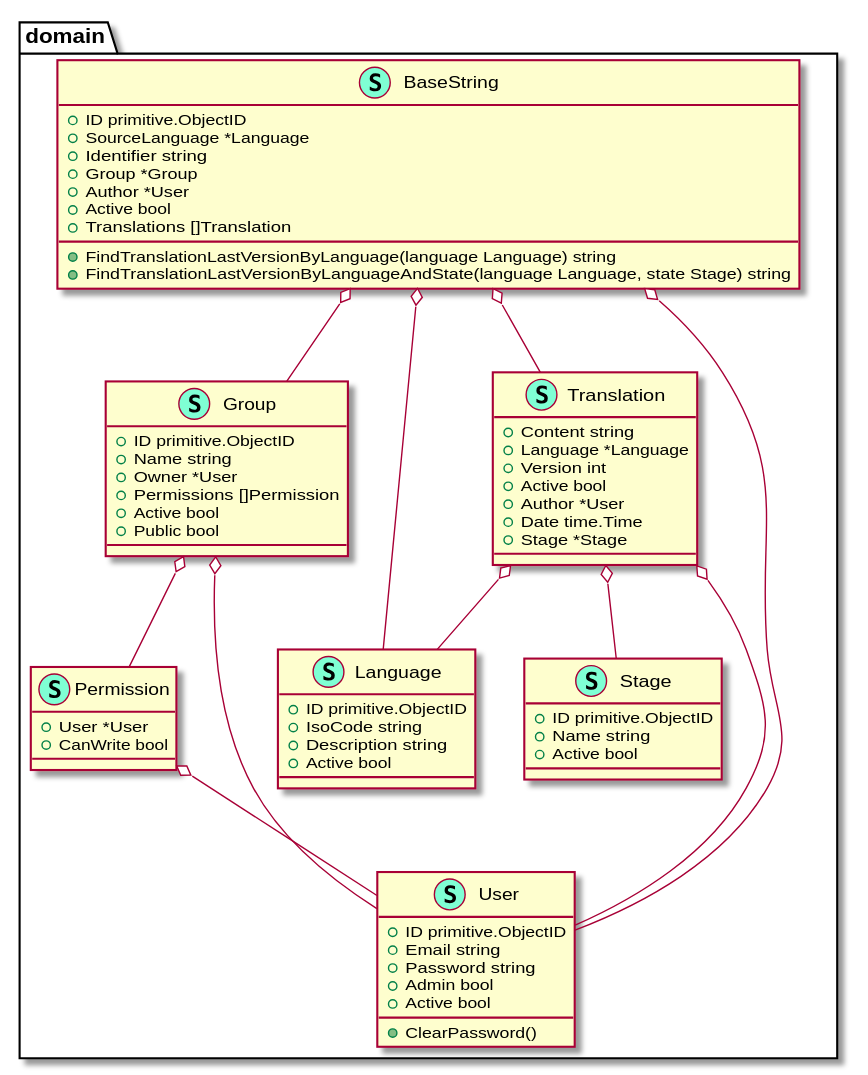
Before: backend/assets/dist/UmlDiagram.svg, a diagram exported from PlantUML (cafeteru/LocalizeMe).
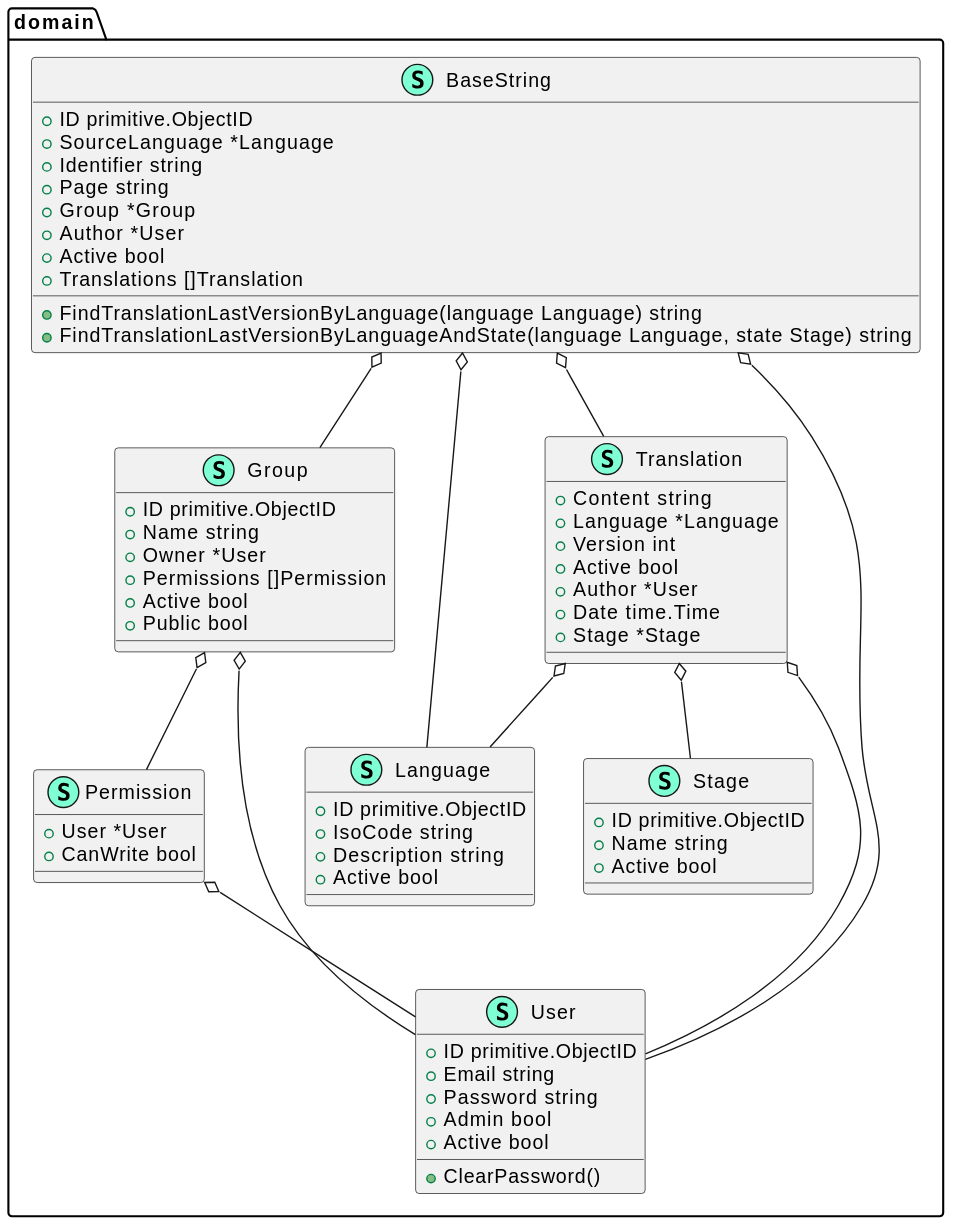
The same file after the commit.

Commit message:
Add page backend

Diff of the diagram source:
```diff
@@ -4,6 +4,7 @@
         + ID primitive.ObjectID
         + SourceLanguage *Language
         + Identifier string
+        + Page string
         + Group *Group
         + Author *User
         + Active bool
@@ -73,5 +74,4 @@
 "domain.Translation" o-- "domain.Language"
 "domain.Translation" o-- "domain.Stage"
 "domain.Translation" o-- "domain.User"
-
 @enduml
```
